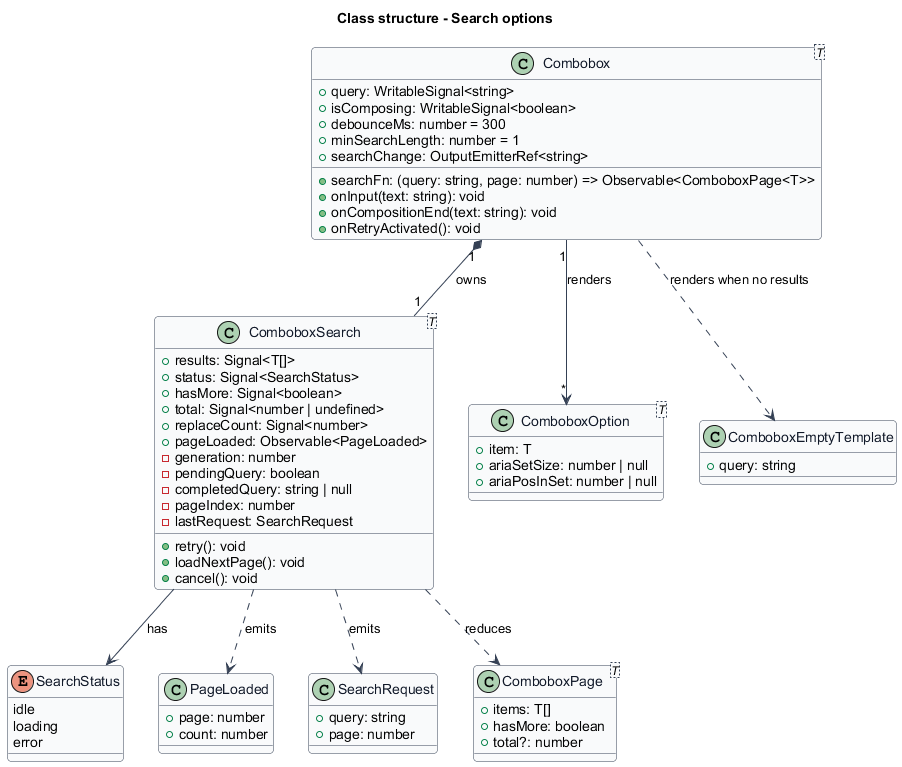
Above: docs/detailed-designs/combobox/search-options/diagrams/class-structure.png in QuinntyneBrown/Tessera (PlantUML), before the change.
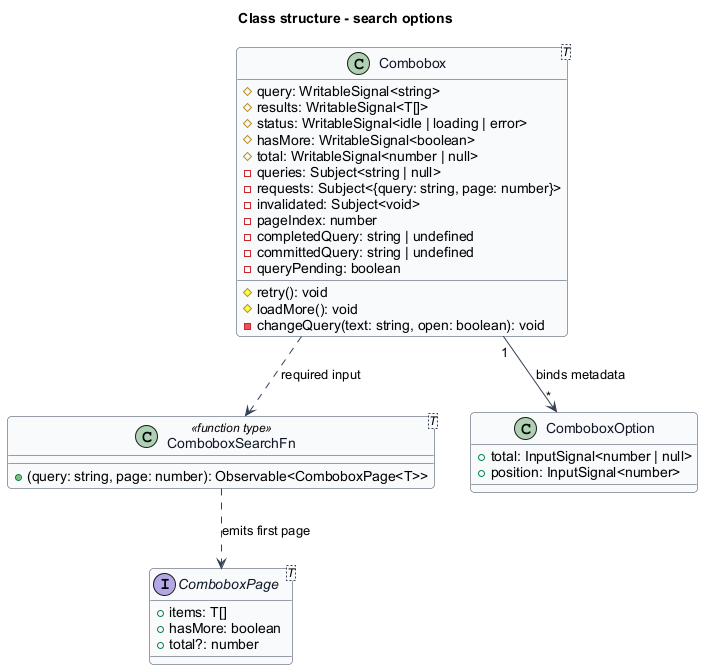
Above is the later version.

Diff of the diagram source:
```diff
@@ -1,5 +1,4 @@
 @startuml
-title Class structure - Search options
 skinparam backgroundColor #FFFFFF
 skinparam shadowing false
 skinparam roundcorner 8
@@ -10,73 +9,37 @@
   FontColor #101828
   BackgroundColor #F9FAFB
 }
-
-enum SearchStatus {
-  idle
-  loading
-  error
+title Class structure - search options
+class "Combobox<T>" as Combo {
+  #query: WritableSignal<string>
+  #results: WritableSignal<T[]>
+  #status: WritableSignal<idle | loading | error>
+  #hasMore: WritableSignal<boolean>
+  #total: WritableSignal<number | null>
+  -queries: Subject<string | null>
+  -requests: Subject<{query: string, page: number}>
+  -invalidated: Subject<void>
+  -pageIndex: number
+  -completedQuery: string | undefined
+  -committedQuery: string | undefined
+  -queryPending: boolean
+  #retry(): void
+  #loadMore(): void
+  -changeQuery(text: string, open: boolean): void
 }
-
-class "Combobox<T>" as Combobox {
-  +query: WritableSignal<string>
-  +isComposing: WritableSignal<boolean>
-  +searchFn: (query: string, page: number) => Observable<ComboboxPage<T>>
-  +debounceMs: number = 300
-  +minSearchLength: number = 1
-  +searchChange: OutputEmitterRef<string>
-  +onInput(text: string): void
-  +onCompositionEnd(text: string): void
-  +onRetryActivated(): void
-}
-
-class "ComboboxSearch<T>" as ComboboxSearch {
-  +results: Signal<T[]>
-  +status: Signal<SearchStatus>
-  +hasMore: Signal<boolean>
-  +total: Signal<number | undefined>
-  +replaceCount: Signal<number>
-  +pageLoaded: Observable<PageLoaded>
-  -generation: number
-  -pendingQuery: boolean
-  -completedQuery: string | null
-  -pageIndex: number
-  -lastRequest: SearchRequest
-  +retry(): void
-  +loadNextPage(): void
-  +cancel(): void
-}
-
-class PageLoaded {
-  +page: number
-  +count: number
-}
-
-class SearchRequest {
-  +query: string
-  +page: number
-}
-
-class "ComboboxPage<T>" as ComboboxPage {
+interface "ComboboxPage<T>" as Page {
   +items: T[]
   +hasMore: boolean
   +total?: number
 }
-
-class "ComboboxOption<T>" as ComboboxOption {
-  +item: T
-  +ariaSetSize: number | null
-  +ariaPosInSet: number | null
+class "ComboboxSearchFn<T>" as Source <<function type>> {
+  +(query: string, page: number): Observable<ComboboxPage<T>>
 }
-
-class ComboboxEmptyTemplate {
-  +query: string
+class ComboboxOption {
+  +total: InputSignal<number | null>
+  +position: InputSignal<number>
 }
-
-Combobox "1" *-- "1" ComboboxSearch : owns
-ComboboxSearch ..> SearchRequest : emits
-ComboboxSearch ..> ComboboxPage : reduces
-ComboboxSearch --> SearchStatus : has
-Combobox "1" --> "*" ComboboxOption : renders
-Combobox ..> ComboboxEmptyTemplate : renders when no results
-ComboboxSearch ..> PageLoaded : emits
+Combo ..> Source : required input
+Source ..> Page : emits first page
+Combo "1" --> "*" ComboboxOption : binds metadata
 @enduml
```
